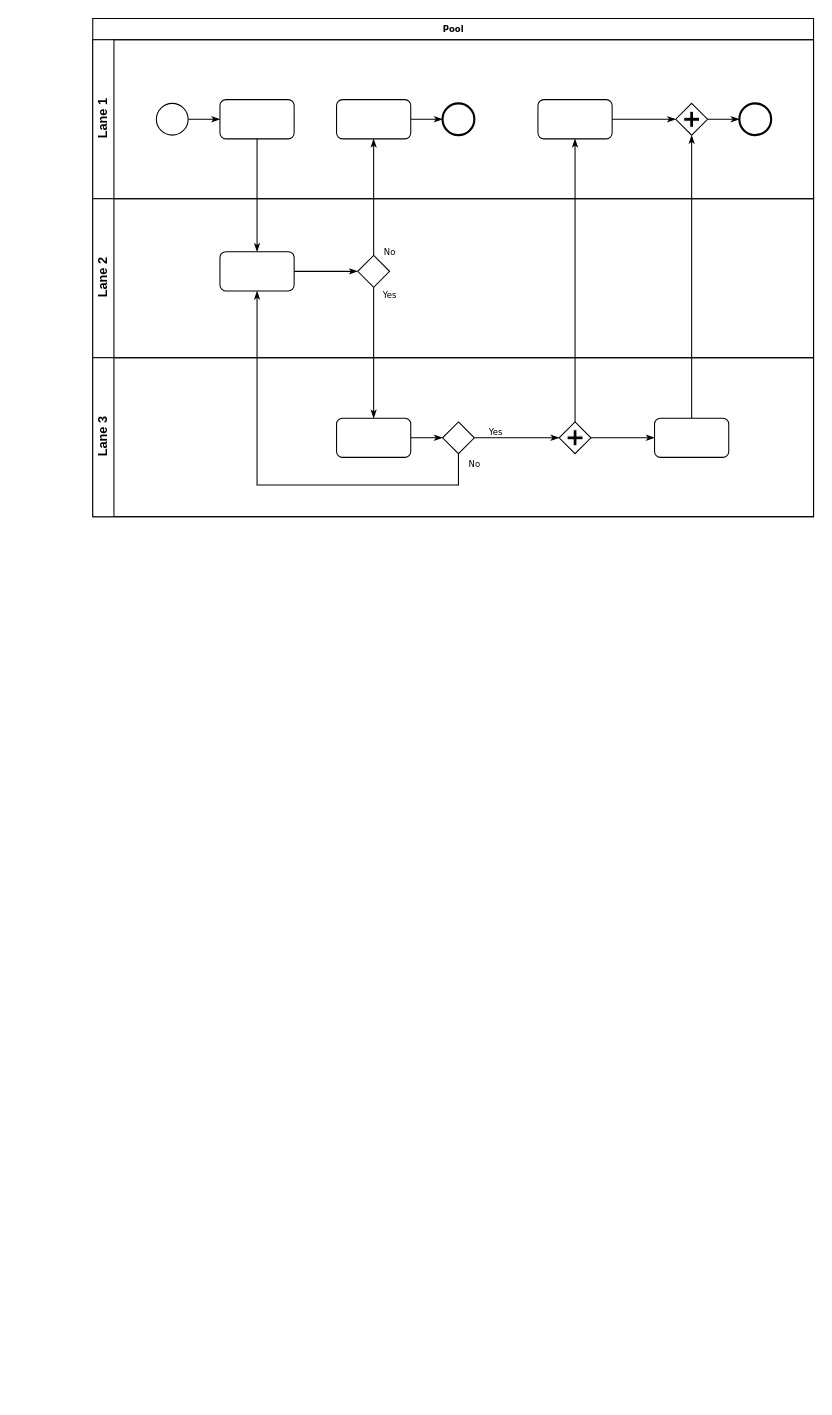
Before: doc/cogendaFlowCharts.drawio in yezhen701/VTCAD, a draw.io diagram. Source tidied: cells renumbered, new cells numbered last; positions are measured from the earlier drawing's top-left corner, leaving out a move shared by most shapes. Both pictures are drawn from the tidied source at 106%, with x=0, y=0 at pixel (92, 18).
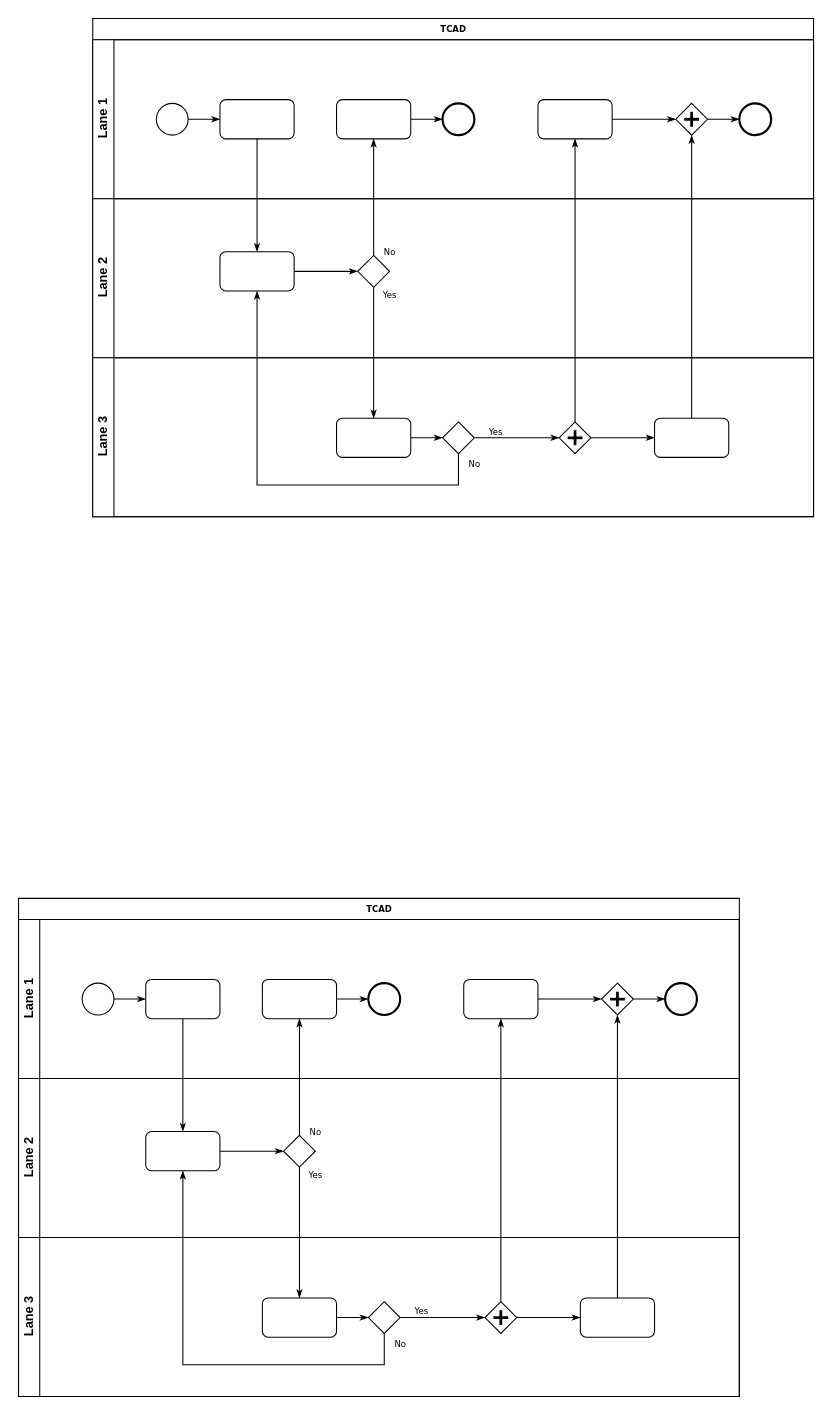
After the change.

What changed in the source:
```diff
@@
-    <mxCell id="2" value="Pool" style="swimlane;html=1;horizontal=1;startSize=20;rounded=0;shadow=0;labelBackgroundColor=none;strokeWidth=1;fontFamily=Verdana;fontSize=8;align=center;" parent="1" vertex="1">
+    <mxCell id="2" value="TCAD" style="swimlane;html=1;horizontal=1;startSize=20;rounded=0;shadow=0;labelBackgroundColor=none;strokeWidth=1;fontFamily=Verdana;fontSize=8;align=center;" parent="1" vertex="1">
       <mxGeometry width="680" height="470" as="geometry" />
     </mxCell>
@@
+    <mxCell id="33" value="TCAD" style="swimlane;html=1;horizontal=1;startSize=20;rounded=0;shadow=0;labelBackgroundColor=none;strokeWidth=1;fontFamily=Verdana;fontSize=8;align=center;" parent="1" vertex="1">
+      <mxGeometry x="-70" y="830" width="680" height="470" as="geometry" />
+    </mxCell>
+    <mxCell id="34" value="Lane 1" style="swimlane;html=1;startSize=20;horizontal=0;" parent="33" vertex="1">
+      <mxGeometry y="20" width="680" height="150" as="geometry" />
+    </mxCell>
+    <mxCell id="35" style="edgeStyle=orthogonalEdgeStyle;rounded=0;html=1;labelBackgroundColor=none;startArrow=none;startFill=0;startSize=5;endArrow=classicThin;endFill=1;endSize=5;jettySize=auto;strokeWidth=1;fontFamily=Verdana;fontSize=8;" parent="34" edge="1" source="36" target="37">
+      <mxGeometry relative="1" as="geometry" />
+    </mxCell>
+    <mxCell id="36" style="ellipse;whiteSpace=wrap;html=1;rounded=0;shadow=0;labelBackgroundColor=none;strokeWidth=1;fontFamily=Verdana;fontSize=8;align=center;" parent="34" vertex="1">
+      <mxGeometry x="60" y="60" width="30" height="30" as="geometry" />
+    </mxCell>
+    <mxCell id="37" style="rounded=1;whiteSpace=wrap;html=1;shadow=0;labelBackgroundColor=none;strokeWidth=1;fontFamily=Verdana;fontSize=8;align=center;" parent="34" vertex="1">
+      <mxGeometry x="120" y="56.5" width="70" height="37" as="geometry" />
+    </mxCell>
+    <mxCell id="38" style="edgeStyle=orthogonalEdgeStyle;rounded=0;html=1;labelBackgroundColor=none;startArrow=none;startFill=0;startSize=5;endArrow=classicThin;endFill=1;endSize=5;jettySize=auto;strokeWidth=1;fontFamily=Verdana;fontSize=8;" parent="34" edge="1" source="39" target="40">
+      <mxGeometry relative="1" as="geometry" />
+    </mxCell>
+    <mxCell id="39" style="rounded=1;whiteSpace=wrap;html=1;shadow=0;labelBackgroundColor=none;strokeWidth=1;fontFamily=Verdana;fontSize=8;align=center;" parent="34" vertex="1">
+      <mxGeometry x="230" y="56.5" width="70" height="37" as="geometry" />
+    </mxCell>
+    <mxCell id="40" style="ellipse;whiteSpace=wrap;html=1;rounded=0;shadow=0;labelBackgroundColor=none;strokeWidth=2;fontFamily=Verdana;fontSize=8;align=center;" parent="34" vertex="1">
+      <mxGeometry x="330" y="60" width="30" height="30" as="geometry" />
+    </mxCell>
+    <mxCell id="41" style="edgeStyle=orthogonalEdgeStyle;rounded=0;html=1;entryX=0;entryY=0.5;labelBackgroundColor=none;startArrow=none;startFill=0;startSize=5;endArrow=classicThin;endFill=1;endSize=5;jettySize=auto;strokeWidth=1;fontFamily=Verdana;fontSize=8;" parent="34" edge="1" source="42" target="44">
+      <mxGeometry relative="1" as="geometry" />
+    </mxCell>
+    <mxCell id="42" style="rounded=1;whiteSpace=wrap;html=1;shadow=0;labelBackgroundColor=none;strokeWidth=1;fontFamily=Verdana;fontSize=8;align=center;" parent="34" vertex="1">
+      <mxGeometry x="420" y="56.5" width="70" height="37" as="geometry" />
+    </mxCell>
+    <mxCell id="43" style="edgeStyle=orthogonalEdgeStyle;rounded=0;html=1;labelBackgroundColor=none;startArrow=none;startFill=0;startSize=5;endArrow=classicThin;endFill=1;endSize=5;jettySize=auto;strokeWidth=1;fontFamily=Verdana;fontSize=8;" parent="34" edge="1" source="44" target="45">
+      <mxGeometry relative="1" as="geometry" />
+    </mxCell>
+    <mxCell id="44" style="shape=mxgraph.bpmn.shape;html=1;verticalLabelPosition=bottom;labelBackgroundColor=#ffffff;verticalAlign=top;perimeter=rhombusPerimeter;background=gateway;outline=none;symbol=parallelGw;rounded=1;shadow=0;strokeWidth=1;fontFamily=Verdana;fontSize=8;align=center;" parent="34" vertex="1">
+      <mxGeometry x="550" y="60" width="30" height="30" as="geometry" />
+    </mxCell>
+    <mxCell id="45" style="ellipse;whiteSpace=wrap;html=1;rounded=0;shadow=0;labelBackgroundColor=none;strokeWidth=2;fontFamily=Verdana;fontSize=8;align=center;" parent="34" vertex="1">
+      <mxGeometry x="610" y="60" width="30" height="30" as="geometry" />
+    </mxCell>
+    <mxCell id="46" value="Lane 2" style="swimlane;html=1;startSize=20;horizontal=0;" parent="33" vertex="1">
+      <mxGeometry y="170" width="680" height="150" as="geometry" />
+    </mxCell>
+    <mxCell id="47" style="edgeStyle=orthogonalEdgeStyle;rounded=0;html=1;labelBackgroundColor=none;startArrow=none;startFill=0;startSize=5;endArrow=classicThin;endFill=1;endSize=5;jettySize=auto;strokeWidth=1;fontFamily=Verdana;fontSize=8;" parent="46" edge="1" source="48" target="49">
+      <mxGeometry relative="1" as="geometry" />
+    </mxCell>
+    <mxCell id="48" style="rounded=1;whiteSpace=wrap;html=1;shadow=0;labelBackgroundColor=none;strokeWidth=1;fontFamily=Verdana;fontSize=8;align=center;" parent="46" vertex="1">
+      <mxGeometry x="120" y="50" width="70" height="37" as="geometry" />
+    </mxCell>
+    <mxCell id="49" style="strokeWidth=1;html=1;shape=mxgraph.flowchart.decision;whiteSpace=wrap;rounded=1;shadow=0;labelBackgroundColor=none;fontFamily=Verdana;fontSize=8;align=center;" parent="46" vertex="1">
+      <mxGeometry x="250" y="53.5" width="30" height="30" as="geometry" />
+    </mxCell>
+    <mxCell id="50" value="Lane 3" style="swimlane;html=1;startSize=20;horizontal=0;" parent="33" vertex="1">
+      <mxGeometry y="320" width="680" height="150" as="geometry" />
+    </mxCell>
+    <mxCell id="51" style="edgeStyle=orthogonalEdgeStyle;rounded=0;html=1;labelBackgroundColor=none;startArrow=none;startFill=0;startSize=5;endArrow=classicThin;endFill=1;endSize=5;jettySize=auto;strokeWidth=1;fontFamily=Verdana;fontSize=8;" parent="50" edge="1" source="52" target="54">
+      <mxGeometry relative="1" as="geometry" />
+    </mxCell>
+    <mxCell id="52" style="rounded=1;whiteSpace=wrap;html=1;shadow=0;labelBackgroundColor=none;strokeWidth=1;fontFamily=Verdana;fontSize=8;align=center;" parent="50" vertex="1">
+      <mxGeometry x="230" y="57" width="70" height="37" as="geometry" />
+    </mxCell>
+    <mxCell id="53" value="Yes" style="edgeStyle=orthogonalEdgeStyle;rounded=0;html=1;entryX=0;entryY=0.5;labelBackgroundColor=none;startArrow=none;startFill=0;startSize=5;endArrow=classicThin;endFill=1;endSize=5;jettySize=auto;strokeWidth=1;fontFamily=Verdana;fontSize=8;" parent="50" edge="1" source="54" target="56">
+      <mxGeometry x="-0.5" y="6" relative="1" as="geometry" />
+    </mxCell>
+    <mxCell id="54" style="strokeWidth=1;html=1;shape=mxgraph.flowchart.decision;whiteSpace=wrap;rounded=1;shadow=0;labelBackgroundColor=none;fontFamily=Verdana;fontSize=8;align=center;" parent="50" vertex="1">
+      <mxGeometry x="330" y="60.5" width="30" height="30" as="geometry" />
+    </mxCell>
+    <mxCell id="55" style="edgeStyle=orthogonalEdgeStyle;rounded=0;html=1;labelBackgroundColor=none;startArrow=none;startFill=0;startSize=5;endArrow=classicThin;endFill=1;endSize=5;jettySize=auto;strokeColor=#000000;strokeWidth=1;fontFamily=Verdana;fontSize=8;fontColor=#000000;" parent="50" edge="1" source="56" target="57">
+      <mxGeometry relative="1" as="geometry" />
+    </mxCell>
+    <mxCell id="56" style="shape=mxgraph.bpmn.shape;html=1;verticalLabelPosition=bottom;labelBackgroundColor=#ffffff;verticalAlign=top;perimeter=rhombusPerimeter;background=gateway;outline=none;symbol=parallelGw;rounded=1;shadow=0;strokeWidth=1;fontFamily=Verdana;fontSize=8;align=center;" parent="50" vertex="1">
+      <mxGeometry x="440" y="60.5" width="30" height="30" as="geometry" />
+    </mxCell>
+    <mxCell id="57" style="rounded=1;whiteSpace=wrap;html=1;shadow=0;labelBackgroundColor=none;strokeWidth=1;fontFamily=Verdana;fontSize=8;align=center;" parent="50" vertex="1">
+      <mxGeometry x="530" y="57" width="70" height="37" as="geometry" />
+    </mxCell>
+    <mxCell id="58" style="edgeStyle=orthogonalEdgeStyle;rounded=0;html=1;labelBackgroundColor=none;startArrow=none;startFill=0;startSize=5;endArrow=classicThin;endFill=1;endSize=5;jettySize=auto;strokeWidth=1;fontFamily=Verdana;fontSize=8;" parent="33" edge="1" source="37" target="48">
+      <mxGeometry relative="1" as="geometry" />
+    </mxCell>
+    <mxCell id="59" value="No" style="edgeStyle=orthogonalEdgeStyle;rounded=0;html=1;labelBackgroundColor=none;startArrow=none;startFill=0;startSize=5;endArrow=classicThin;endFill=1;endSize=5;jettySize=auto;strokeWidth=1;fontFamily=Verdana;fontSize=8;" parent="33" edge="1" source="49" target="39">
+      <mxGeometry x="-0.94" y="-15" relative="1" as="geometry" />
+    </mxCell>
+    <mxCell id="60" value="Yes" style="edgeStyle=orthogonalEdgeStyle;rounded=0;html=1;labelBackgroundColor=none;startArrow=none;startFill=0;startSize=5;endArrow=classicThin;endFill=1;endSize=5;jettySize=auto;strokeWidth=1;fontFamily=Verdana;fontSize=8;" parent="33" edge="1" source="49" target="52">
+      <mxGeometry x="-0.89" y="15" relative="1" as="geometry" />
+    </mxCell>
+    <mxCell id="61" style="edgeStyle=orthogonalEdgeStyle;rounded=0;html=1;entryX=0.5;entryY=1;labelBackgroundColor=none;startArrow=none;startFill=0;startSize=5;endArrow=classicThin;endFill=1;endSize=5;jettySize=auto;strokeWidth=1;fontFamily=Verdana;fontSize=8;" parent="33" edge="1" source="57" target="44">
+      <mxGeometry relative="1" as="geometry" />
+    </mxCell>
+    <mxCell id="62" value="No" style="edgeStyle=orthogonalEdgeStyle;rounded=0;html=1;labelBackgroundColor=none;startArrow=none;startFill=0;startSize=5;endArrow=classicThin;endFill=1;endSize=5;jettySize=auto;strokeWidth=1;fontFamily=Verdana;fontSize=8;" parent="33" edge="1" source="54" target="48">
+      <mxGeometry x="-0.95" y="15" relative="1" as="geometry">
+        <Array as="points">
+          <mxPoint x="345" y="440" />
+          <mxPoint x="155" y="440" />
+        </Array>
+      </mxGeometry>
+    </mxCell>
+    <mxCell id="63" style="edgeStyle=orthogonalEdgeStyle;rounded=0;html=1;labelBackgroundColor=none;startArrow=none;startFill=0;startSize=5;endArrow=classicThin;endFill=1;endSize=5;jettySize=auto;strokeWidth=1;fontFamily=Verdana;fontSize=8;" parent="33" edge="1" source="56" target="42">
+      <mxGeometry relative="1" as="geometry" />
+    </mxCell>
```
